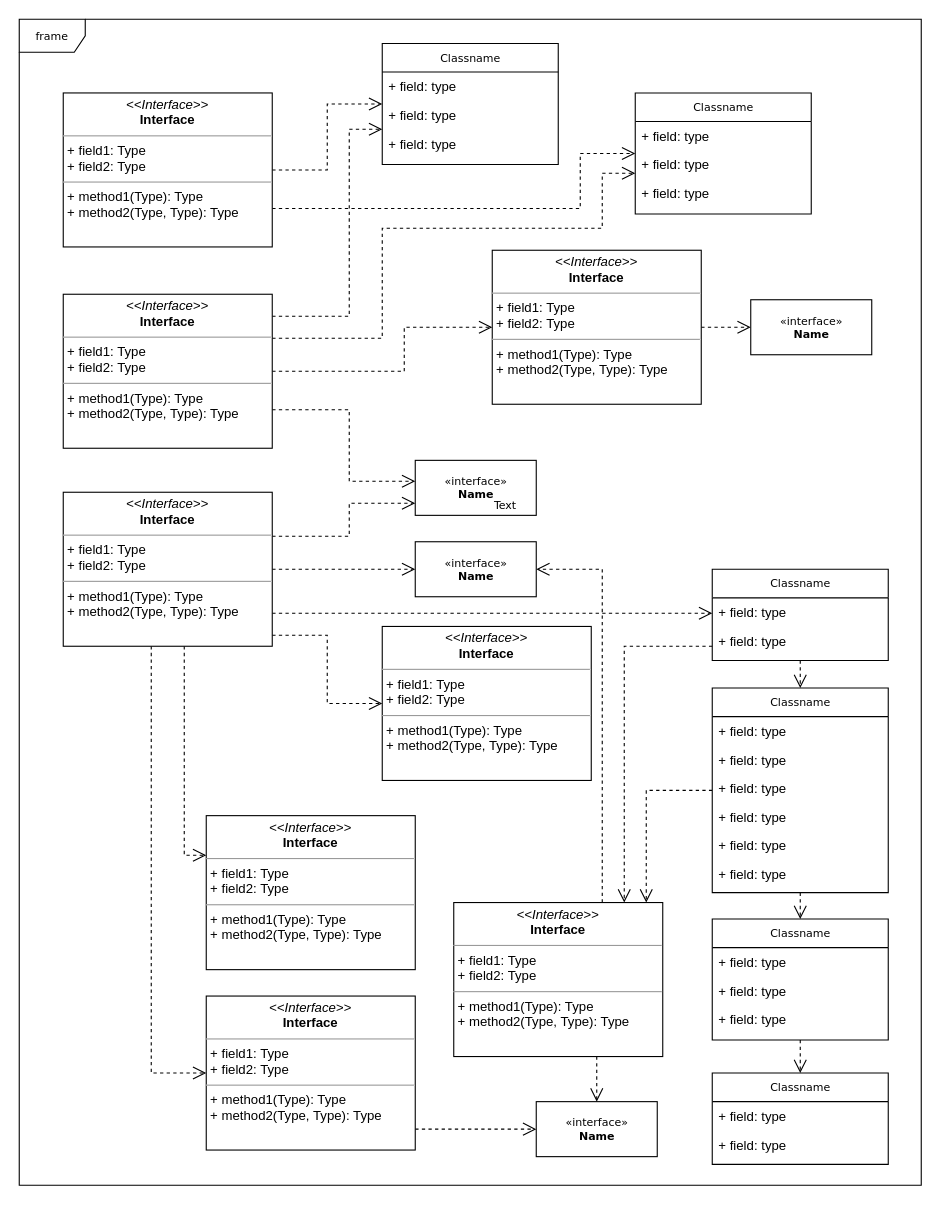
Before: design/Untitled Diagram.drawio in nandojq/noorish, a draw.io diagram. Source tidied: cells renumbered, new cells numbered last; positions are measured from the earlier drawing's top-left corner, leaving out a move shared by most shapes. Both pictures are drawn from the tidied source at 110%, with x=0, y=0 at pixel (19, 19).
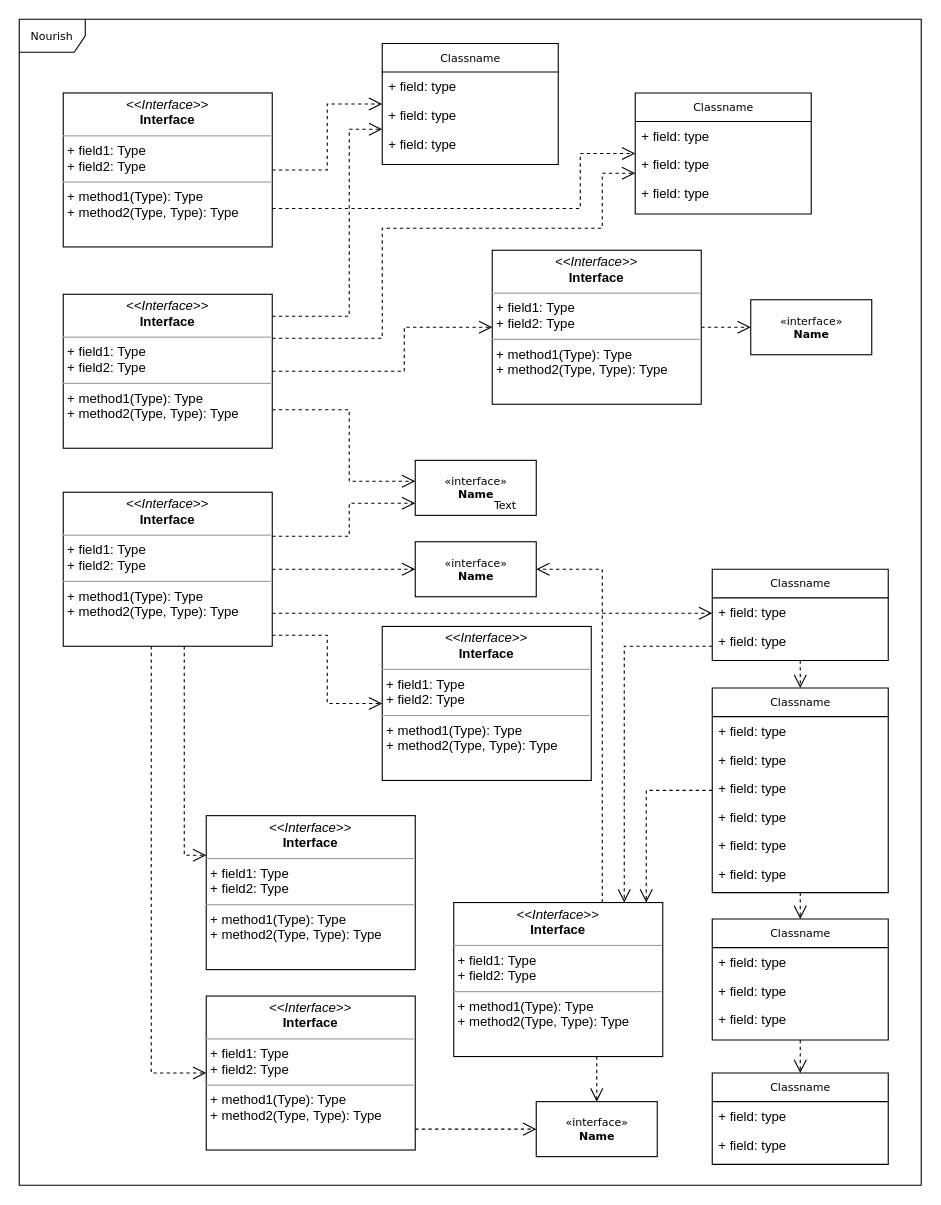
The same diagram, later.

Commit message:
design_diagram

What changed in the source:
```diff
@@
-    <mxCell id="2" value="frame" style="shape=umlFrame;whiteSpace=wrap;html=1;rounded=0;shadow=0;comic=0;labelBackgroundColor=none;strokeWidth=1;fontFamily=Verdana;fontSize=10;align=center;" parent="1" vertex="1">
+    <mxCell id="2" value="Nourish" style="shape=umlFrame;whiteSpace=wrap;html=1;rounded=0;shadow=0;comic=0;labelBackgroundColor=none;strokeWidth=1;fontFamily=Verdana;fontSize=10;align=center;" parent="1" vertex="1">
       <mxGeometry width="820" height="1060" as="geometry" />
     </mxCell>
```
